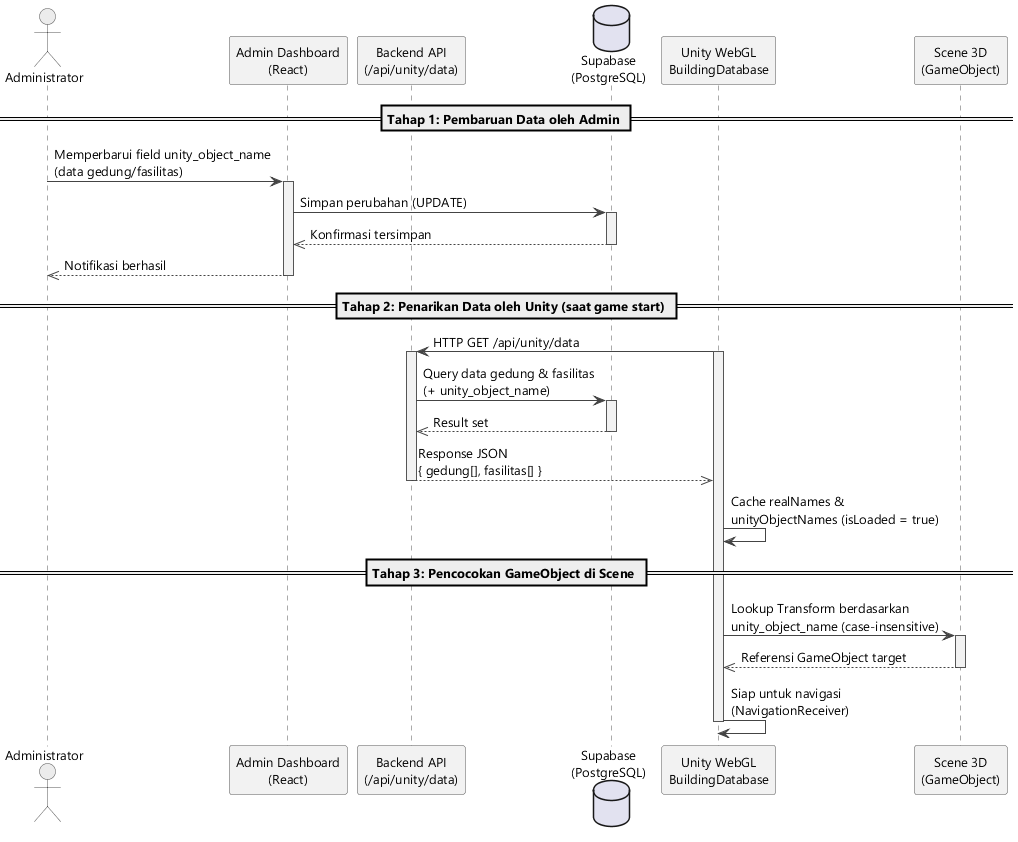
Before: diagrams/gambar-2-16-sequence-sinkronisasi-data-unity.png, a diagram exported from PlantUML (Jokskuyy/workflow-ta-proyek).
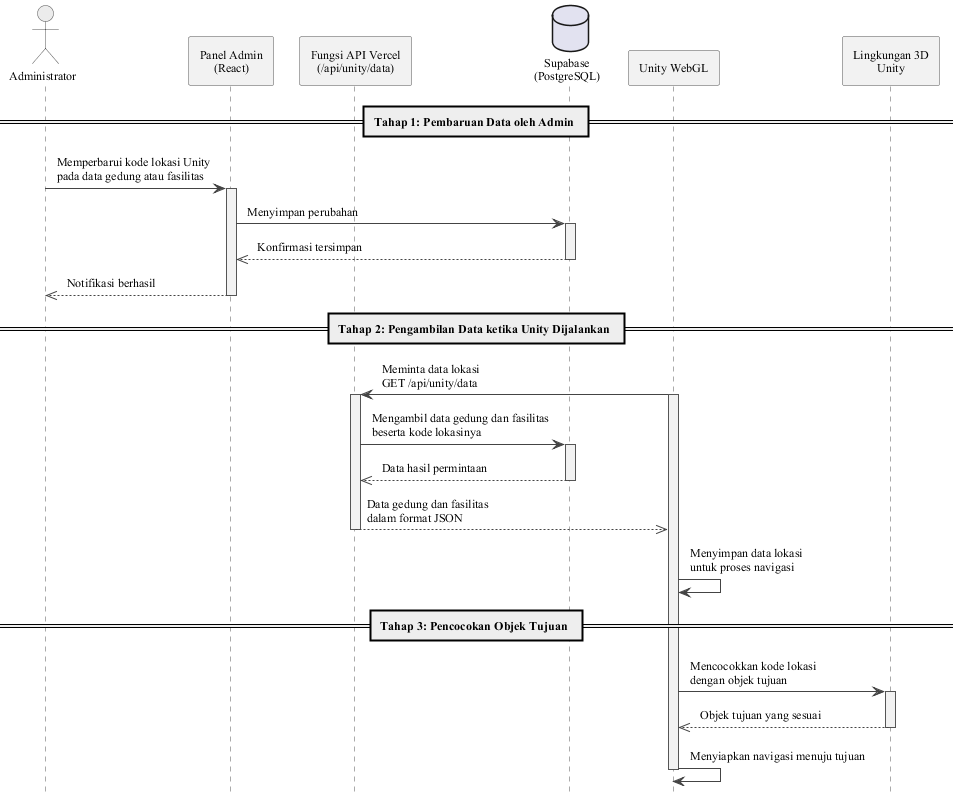
Above is the later version.

The edit, as a diff of the source:
```diff
@@ -2,11 +2,14 @@
 
 skinparam backgroundColor #FFFFFF
 skinparam shadowing false
-skinparam defaultFontName "Segoe UI"
-skinparam defaultFontSize 13
+skinparam defaultFontName "Times New Roman"
+skinparam defaultFontSize 12
 skinparam sequenceArrowColor #444444
 skinparam sequenceLifeLineBorderColor #555555
 skinparam sequenceLifeLineBackgroundColor #F2F2F2
+skinparam ParticipantPadding 8
+skinparam BoxPadding 4
+skinparam Padding 4
 skinparam participant {
   BackgroundColor #F2F2F2
   BorderColor #555555
@@ -16,42 +19,43 @@
   BorderColor #555555
 }
 
+hide footbox
 
 actor "Administrator" as Admin
-participant "Admin Dashboard\n(React)" as FE
-participant "Backend API\n(/api/unity/data)" as API
+participant "Panel Admin\n(React)" as FE
+participant "Fungsi API Vercel\n(/api/unity/data)" as API
 database "Supabase\n(PostgreSQL)" as DB
-participant "Unity WebGL\nBuildingDatabase" as Unity
-participant "Scene 3D\n(GameObject)" as Scene
+participant "Unity WebGL" as Unity
+participant "Lingkungan 3D\nUnity" as Scene
 
 == Tahap 1: Pembaruan Data oleh Admin ==
-Admin -> FE : Memperbarui field unity_object_name\n(data gedung/fasilitas)
+Admin -> FE : Memperbarui kode lokasi Unity\npada data gedung atau fasilitas
 activate FE
-FE -> DB : Simpan perubahan (UPDATE)
+FE -> DB : Menyimpan perubahan
 activate DB
 DB -->> FE : Konfirmasi tersimpan
 deactivate DB
 FE -->> Admin : Notifikasi berhasil
 deactivate FE
 
-== Tahap 2: Penarikan Data oleh Unity (saat game start) ==
-Unity -> API : HTTP GET /api/unity/data
+== Tahap 2: Pengambilan Data ketika Unity Dijalankan ==
+Unity -> API : Meminta data lokasi\nGET /api/unity/data
 activate Unity
 activate API
-API -> DB : Query data gedung & fasilitas\n(+ unity_object_name)
+API -> DB : Mengambil data gedung dan fasilitas\nbeserta kode lokasinya
 activate DB
-DB -->> API : Result set
+DB -->> API : Data hasil permintaan
 deactivate DB
-API -->> Unity : Response JSON\n{ gedung[], fasilitas[] }
+API -->> Unity : Data gedung dan fasilitas\ndalam format JSON
 deactivate API
-Unity -> Unity : Cache realNames &\nunityObjectNames (isLoaded = true)
+Unity -> Unity : Menyimpan data lokasi\nuntuk proses navigasi
 
-== Tahap 3: Pencocokan GameObject di Scene ==
-Unity -> Scene : Lookup Transform berdasarkan\nunity_object_name (case-insensitive)
+== Tahap 3: Pencocokan Objek Tujuan ==
+Unity -> Scene : Mencocokkan kode lokasi\ndengan objek tujuan
 activate Scene
-Scene -->> Unity : Referensi GameObject target
+Scene -->> Unity : Objek tujuan yang sesuai
 deactivate Scene
-Unity -> Unity : Siap untuk navigasi\n(NavigationReceiver)
+Unity -> Unity : Menyiapkan navigasi menuju tujuan
 deactivate Unity
 
 @enduml
```
